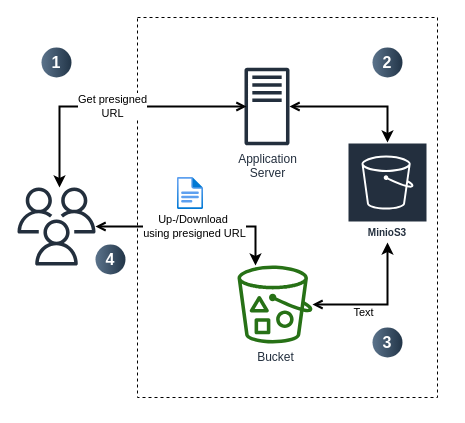
CNAG-Biomedical-Informatics/omicsdm-documentation keeps this draw.io diagram as docs/drawio/s3.drawio. Above is the earlier version. Source tidied: cells renumbered, new cells numbered last; positions are measured from the earlier drawing's top-left corner, leaving out a move shared by most shapes. Both pictures are drawn from the tidied source at 100%, with x=0, y=0 at pixel (17, 17).
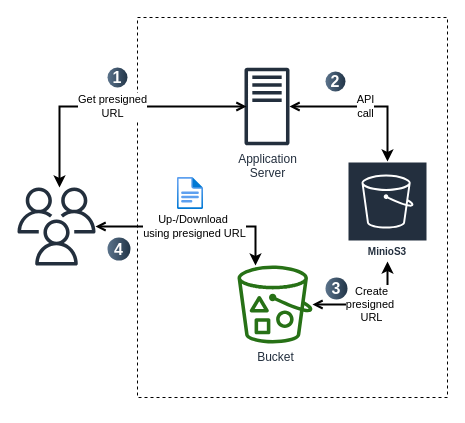
The same diagram, later.

Unchanged cells that the change refers to:
```xml
<mxCell id="3" value="Bucket" style="outlineConnect=0;fontColor=#232F3E;gradientColor=none;fillColor=#277116;strokeColor=none;dashed=0;verticalLabelPosition=bottom;verticalAlign=top;align=center;html=1;fontSize=12;fontStyle=0;shape=mxgraph.aws4.bucket_with_objects;labelBackgroundColor=#ffffff;" parent="2" vertex="1">
  <mxGeometry x="100" y="248" width="75" height="78" as="geometry" />
</mxCell>
<mxCell id="4" value="Application&lt;br&gt;Server" style="sketch=0;outlineConnect=0;fontColor=#232F3E;gradientColor=none;fillColor=#232F3D;strokeColor=none;dashed=0;verticalLabelPosition=bottom;verticalAlign=top;align=center;html=1;fontSize=12;fontStyle=0;shape=mxgraph.aws4.traditional_server;labelBackgroundColor=#FFFFFF;" parent="2" vertex="1">
  <mxGeometry x="107" y="50" width="45" height="78" as="geometry" />
</mxCell>
```

Change to the diagram source:
```diff
@@
     <mxCell id="2" style="rounded=0;whiteSpace=wrap;html=1;labelBackgroundColor=none;fillColor=none;dashed=1;" parent="1" vertex="1">
-      <mxGeometry x="120" width="300" height="380" as="geometry" />
+      <mxGeometry x="120" width="310" height="380" as="geometry" />
     </mxCell>
@@
     <mxCell id="5" value="MinioS3" style="sketch=0;outlineConnect=0;fontColor=#232F3E;gradientColor=none;strokeColor=#ffffff;fillColor=#232F3E;dashed=0;verticalLabelPosition=middle;verticalAlign=bottom;align=center;html=1;whiteSpace=wrap;fontSize=10;fontStyle=1;spacing=3;shape=mxgraph.aws4.productIcon;prIcon=mxgraph.aws4.s3;" parent="2" vertex="1">
-      <mxGeometry x="210" y="125" width="80" height="100" as="geometry" />
+      <mxGeometry x="210" y="144" width="80" height="100" as="geometry" />
     </mxCell>
@@
-    <mxCell id="7" style="edgeStyle=orthogonalEdgeStyle;rounded=0;jettySize=auto;html=1;endArrow=open;endFill=0;strokeWidth=2;startArrow=classic;startFill=1;" parent="2" edge="1" source="5" target="3">
+    <mxCell id="7" value="Create&lt;br&gt;presigned&amp;nbsp;&lt;br&gt;URL" style="edgeStyle=orthogonalEdgeStyle;rounded=0;jettySize=auto;html=1;endArrow=open;endFill=0;strokeWidth=2;startArrow=classic;startFill=1;" parent="2" edge="1" source="5" target="3">
       <mxGeometry relative="1" as="geometry">
         <Array as="points">
           <mxPoint x="250" y="287" />
         </Array>
       </mxGeometry>
     </mxCell>
-    <mxCell id="8" value="Text" style="edgeLabel;html=1;align=center;verticalAlign=middle;" parent="7" vertex="1">
-      <mxGeometry x="0.27" y="7" relative="1" as="geometry" />
-    </mxCell>
-    <mxCell id="9" style="edgeStyle=orthogonalEdgeStyle;rounded=0;jettySize=auto;html=1;endArrow=open;endFill=0;strokeWidth=2;startArrow=classic;startFill=1;" parent="2" edge="1" source="5" target="4">
+    <mxCell id="9" value="API &lt;br&gt;call" style="edgeStyle=orthogonalEdgeStyle;rounded=0;jettySize=auto;html=1;endArrow=open;endFill=0;strokeWidth=2;startArrow=classic;startFill=1;" parent="2" edge="1" source="5" target="4">
       <mxGeometry relative="1" as="geometry">
         <Array as="points">
           <mxPoint x="250" y="89" />
         </Array>
       </mxGeometry>
     </mxCell>
     <mxCell id="10" value="2" style="ellipse;whiteSpace=wrap;html=1;rotation=0;gradientColor=#223548;strokeColor=none;gradientDirection=east;fillColor=#5b738b;rounded=0;fontFamily=Helvetica;fontSize=16;fontColor=#FFFFFF;spacingTop=4;spacingBottom=4;spacingLeft=4;spacingRight=4;fontStyle=1;" parent="2" vertex="1">
-      <mxGeometry x="235" y="30" width="30" height="30" as="geometry" />
+      <mxGeometry x="188" y="54" width="20" height="20" as="geometry" />
     </mxCell>
     <mxCell id="11" value="3" style="ellipse;whiteSpace=wrap;html=1;rotation=0;gradientColor=#223548;strokeColor=none;gradientDirection=east;fillColor=#5b738b;rounded=0;fontFamily=Helvetica;fontSize=16;fontColor=#FFFFFF;spacingTop=4;spacingBottom=4;spacingLeft=4;spacingRight=4;fontStyle=1;" parent="2" vertex="1">
-      <mxGeometry x="235" y="310" width="30" height="30" as="geometry" />
+      <mxGeometry x="188" y="260" width="22" height="22" as="geometry" />
     </mxCell>
@@
     <mxCell id="16" value="1" style="ellipse;whiteSpace=wrap;html=1;rotation=0;gradientColor=#223548;strokeColor=none;gradientDirection=east;fillColor=#5b738b;rounded=0;fontFamily=Helvetica;fontSize=16;fontColor=#FFFFFF;spacingTop=4;spacingBottom=4;spacingLeft=4;spacingRight=4;fontStyle=1;" parent="1" vertex="1">
-      <mxGeometry x="24" y="30" width="30" height="30" as="geometry" />
+      <mxGeometry x="90" y="50" width="20" height="20" as="geometry" />
     </mxCell>
     <mxCell id="17" value="4" style="ellipse;whiteSpace=wrap;html=1;rotation=0;gradientColor=#223548;strokeColor=none;gradientDirection=east;fillColor=#5b738b;rounded=0;fontFamily=Helvetica;fontSize=16;fontColor=#FFFFFF;spacingTop=4;spacingBottom=4;spacingLeft=4;spacingRight=4;fontStyle=1;" parent="1" vertex="1">
-      <mxGeometry x="78" y="227" width="30" height="30" as="geometry" />
+      <mxGeometry x="90" y="220" width="23" height="23" as="geometry" />
     </mxCell>
```
